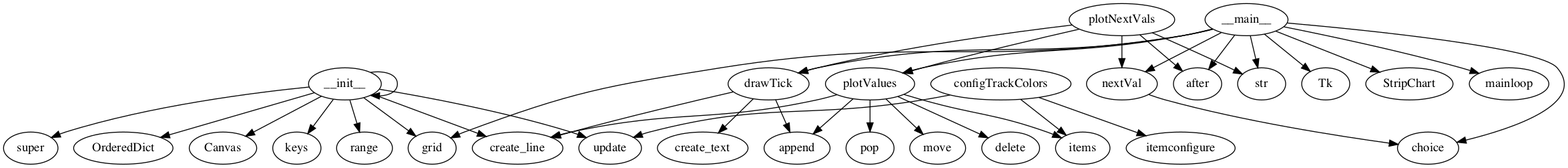
Earlier version of the Graphviz export CallGraph_images/TkniterStripChart.png (JordanCoyne97/Final_Year_Project). Its source is kept beside it as CallGraph_dots/TkniterStripChart.dot. Source of this version:
```dot
digraph  {
__init__;
super;
OrderedDict;
Canvas;
grid;
create_line;
update;
keys;
range;
plotValues;
items;
delete;
pop;
move;
append;
drawTick;
create_text;
configTrackColors;
itemconfigure;
nextVal;
choice;
plotNextVals;
str;
after;
__main__;
Tk;
StripChart;
mainloop;
__init__ -> __init__;
__init__ -> super;
__init__ -> OrderedDict;
__init__ -> Canvas;
__init__ -> grid;
__init__ -> create_line;
__init__ -> update;
__init__ -> keys;
__init__ -> range;
plotValues -> items;
plotValues -> delete;
plotValues -> pop;
plotValues -> move;
plotValues -> create_line;
plotValues -> append;
drawTick -> create_line;
drawTick -> append;
drawTick -> create_text;
configTrackColors -> items;
configTrackColors -> itemconfigure;
configTrackColors -> update;
nextVal -> choice;
plotNextVals -> drawTick;
plotNextVals -> str;
plotNextVals -> nextVal;
plotNextVals -> plotValues;
plotNextVals -> after;
__main__ -> Tk;
__main__ -> StripChart;
__main__ -> grid;
__main__ -> choice;
__main__ -> drawTick;
__main__ -> str;
__main__ -> nextVal;
__main__ -> plotValues;
__main__ -> after;
__main__ -> mainloop;
}
```
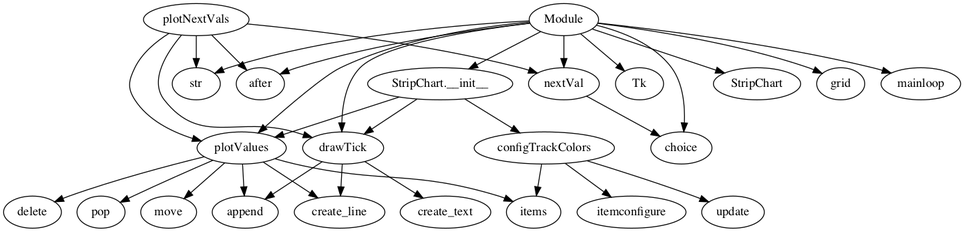
Later version of the same file.

Change to the diagram source:
```diff
@@ -1,41 +1,27 @@
-digraph  {
-__init__;
-super;
-OrderedDict;
-Canvas;
-grid;
-create_line;
-update;
-keys;
-range;
+strict digraph  {
 plotValues;
 items;
 delete;
 pop;
 move;
+create_line;
 append;
 drawTick;
 create_text;
 configTrackColors;
 itemconfigure;
+update;
 nextVal;
 choice;
 plotNextVals;
 str;
 after;
-__main__;
+Module;
+"StripChart.__init__";
 Tk;
 StripChart;
+grid;
 mainloop;
-__init__ -> __init__;
-__init__ -> super;
-__init__ -> OrderedDict;
-__init__ -> Canvas;
-__init__ -> grid;
-__init__ -> create_line;
-__init__ -> update;
-__init__ -> keys;
-__init__ -> range;
 plotValues -> items;
 plotValues -> delete;
 plotValues -> pop;
@@ -54,14 +40,18 @@
 plotNextVals -> nextVal;
 plotNextVals -> plotValues;
 plotNextVals -> after;
-__main__ -> Tk;
-__main__ -> StripChart;
-__main__ -> grid;
-__main__ -> choice;
-__main__ -> drawTick;
-__main__ -> str;
-__main__ -> nextVal;
-__main__ -> plotValues;
-__main__ -> after;
-__main__ -> mainloop;
+Module -> "StripChart.__init__";
+Module -> Tk;
+Module -> StripChart;
+Module -> grid;
+Module -> choice;
+Module -> drawTick;
+Module -> str;
+Module -> nextVal;
+Module -> plotValues;
+Module -> after;
+Module -> mainloop;
+"StripChart.__init__" -> plotValues;
+"StripChart.__init__" -> drawTick;
+"StripChart.__init__" -> configTrackColors;
 }
```
